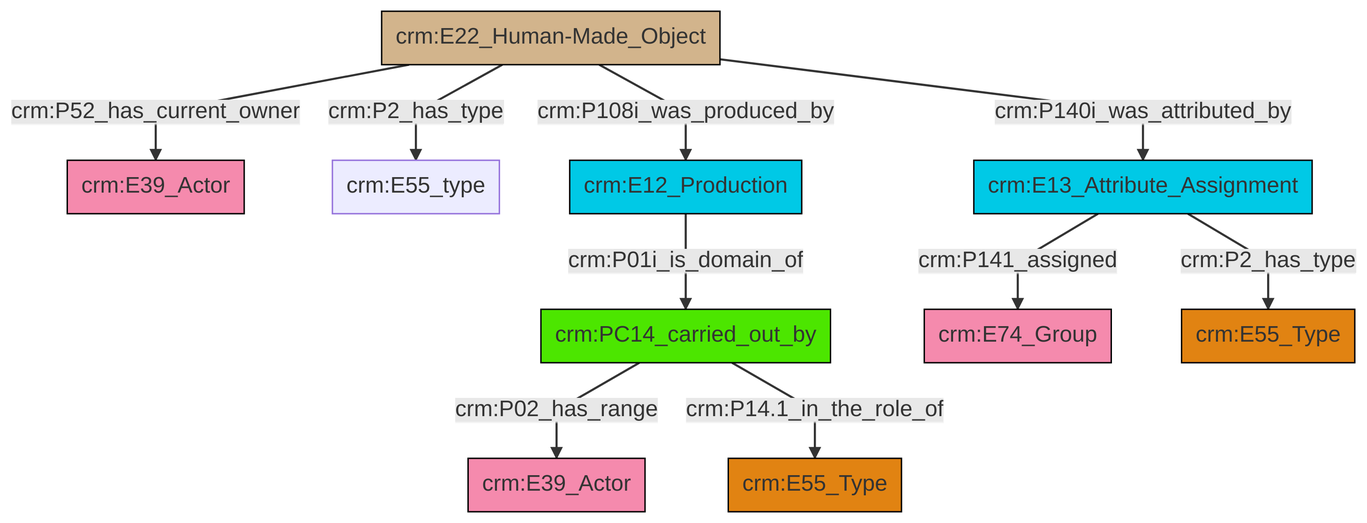
Above: et/builtWorkCSV/ttl/mmd/png/Built_Work_actor_relations.png in swiss-art-research-net/docs.swissartresearch (Mermaid), before the change. Its source is kept beside it as et/builtWorkCSV/ttl/mmd/Built_Work_actor_relations.ttl.mmd.
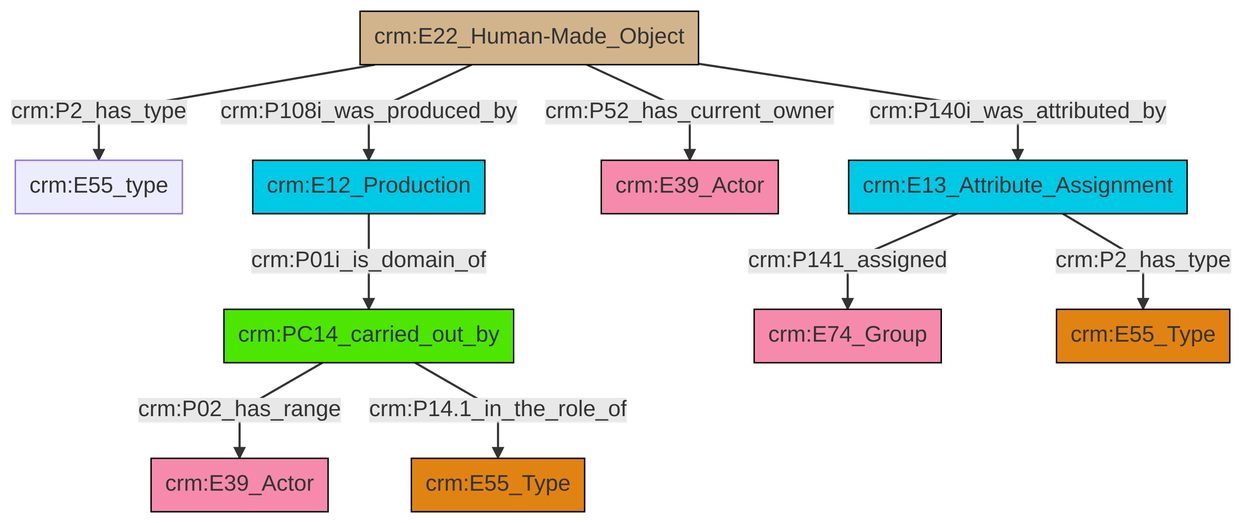
The same file after the commit.

What changed in the source:
```diff
@@ -13,12 +13,12 @@
 classDef PC_Classes fill:#4ce600, stroke:#000000;
 classDef Multi fill:#cccccc,stroke:#000000;
 
-0["crm:E22_Human-Made_Object"]:::Physical_Thing -->|crm:P52_has_current_owner| 1["crm:E39_Actor"]:::Actor
-4["crm:PC14_carried_out_by"]:::PC_Classes -->|crm:P02_has_range| 5["crm:E39_Actor"]:::Actor
-7["crm:E13_Attribute_Assignment"]:::Temporal_Entity -->|crm:P141_assigned| 8["crm:E74_Group"]:::Actor
-0["crm:E22_Human-Made_Object"]:::Physical_Thing -->|crm:P2_has_type| 2["crm:E55_type"]:::Default
-0["crm:E22_Human-Made_Object"]:::Physical_Thing -->|crm:P140i_was_attributed_by| 7["crm:E13_Attribute_Assignment"]:::Temporal_Entity
-0["crm:E22_Human-Made_Object"]:::Physical_Thing -->|crm:P108i_was_produced_by| 14["crm:E12_Production"]:::Temporal_Entity
-7["crm:E13_Attribute_Assignment"]:::Temporal_Entity -->|crm:P2_has_type| 9["crm:E55_Type"]:::Type
-14["crm:E12_Production"]:::Temporal_Entity -->|crm:P01i_is_domain_of| 4["crm:PC14_carried_out_by"]:::PC_Classes
-4["crm:PC14_carried_out_by"]:::PC_Classes -->|crm:P14.1_in_the_role_of| 12["crm:E55_Type"]:::Type
+0["crm:E22_Human-Made_Object"]:::Physical_Thing -->|crm:P2_has_type| 6["crm:E55_type"]:::Default
+0["crm:E22_Human-Made_Object"]:::Physical_Thing -->|crm:P108i_was_produced_by| 7["crm:E12_Production"]:::Temporal_Entity
+2["crm:E13_Attribute_Assignment"]:::Temporal_Entity -->|crm:P141_assigned| 8["crm:E74_Group"]:::Actor
+7["crm:E12_Production"]:::Temporal_Entity -->|crm:P01i_is_domain_of| 10["crm:PC14_carried_out_by"]:::PC_Classes
+10["crm:PC14_carried_out_by"]:::PC_Classes -->|crm:P02_has_range| 14["crm:E39_Actor"]:::Actor
+10["crm:PC14_carried_out_by"]:::PC_Classes -->|crm:P14.1_in_the_role_of| 4["crm:E55_Type"]:::Type
+2["crm:E13_Attribute_Assignment"]:::Temporal_Entity -->|crm:P2_has_type| 16["crm:E55_Type"]:::Type
+0["crm:E22_Human-Made_Object"]:::Physical_Thing -->|crm:P52_has_current_owner| 11["crm:E39_Actor"]:::Actor
+0["crm:E22_Human-Made_Object"]:::Physical_Thing -->|crm:P140i_was_attributed_by| 2["crm:E13_Attribute_Assignment"]:::Temporal_Entity
```
